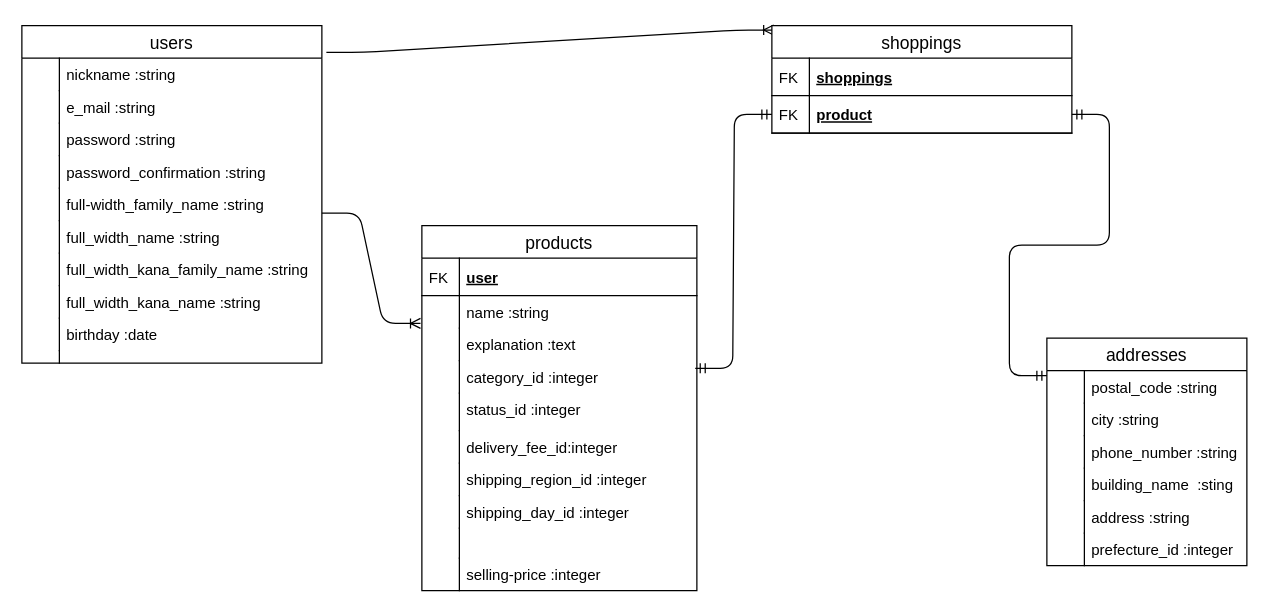
This is .drawio from fujikatatatsuki/furima-29233, a draw.io file, before an edit. Source tidied: cells renumbered, new cells numbered last; positions are measured from the earlier drawing's top-left corner, leaving out a move shared by most shapes. Both pictures are drawn from the tidied source at 125%, with x=0, y=0 at pixel (21, 25).
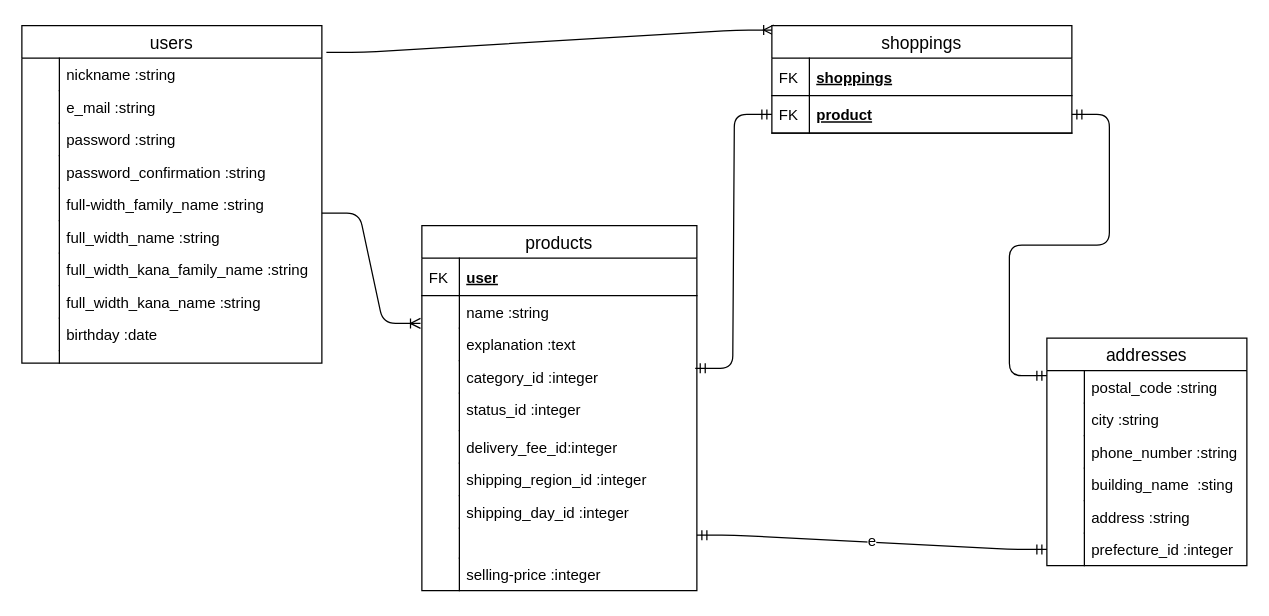
Above is the later version.

Commit message:
データベース設計時の、drawio変更内容のpushし忘れ

The change refers to these unchanged cells:
```xml
<mxCell id="64" value="prefecture_id :integer" style="shape=partialRectangle;top=0;left=0;right=0;bottom=0;align=left;verticalAlign=top;fillColor=none;spacingLeft=34;spacingRight=4;overflow=hidden;points=[[0,0.5],[1,0.5]];portConstraint=eastwest;fontSize=12;" parent="53" vertex="1">
  <mxGeometry y="156" width="160" height="26" as="geometry" />
</mxCell>
```

Diff of the diagram source:
```diff
@@
+    <mxCell id="66" value="e" style="edgeStyle=entityRelationEdgeStyle;fontSize=12;html=1;endArrow=ERmandOne;startArrow=ERmandOne;entryX=0;entryY=0.5;entryDx=0;entryDy=0;exitX=0.994;exitY=0.238;exitDx=0;exitDy=0;exitPerimeter=0;" parent="1" edge="1" target="64">
+      <mxGeometry relative="1" as="geometry">
+        <mxPoint x="540" y="407.6" as="sourcePoint" />
+      </mxGeometry>
+    </mxCell>
```
